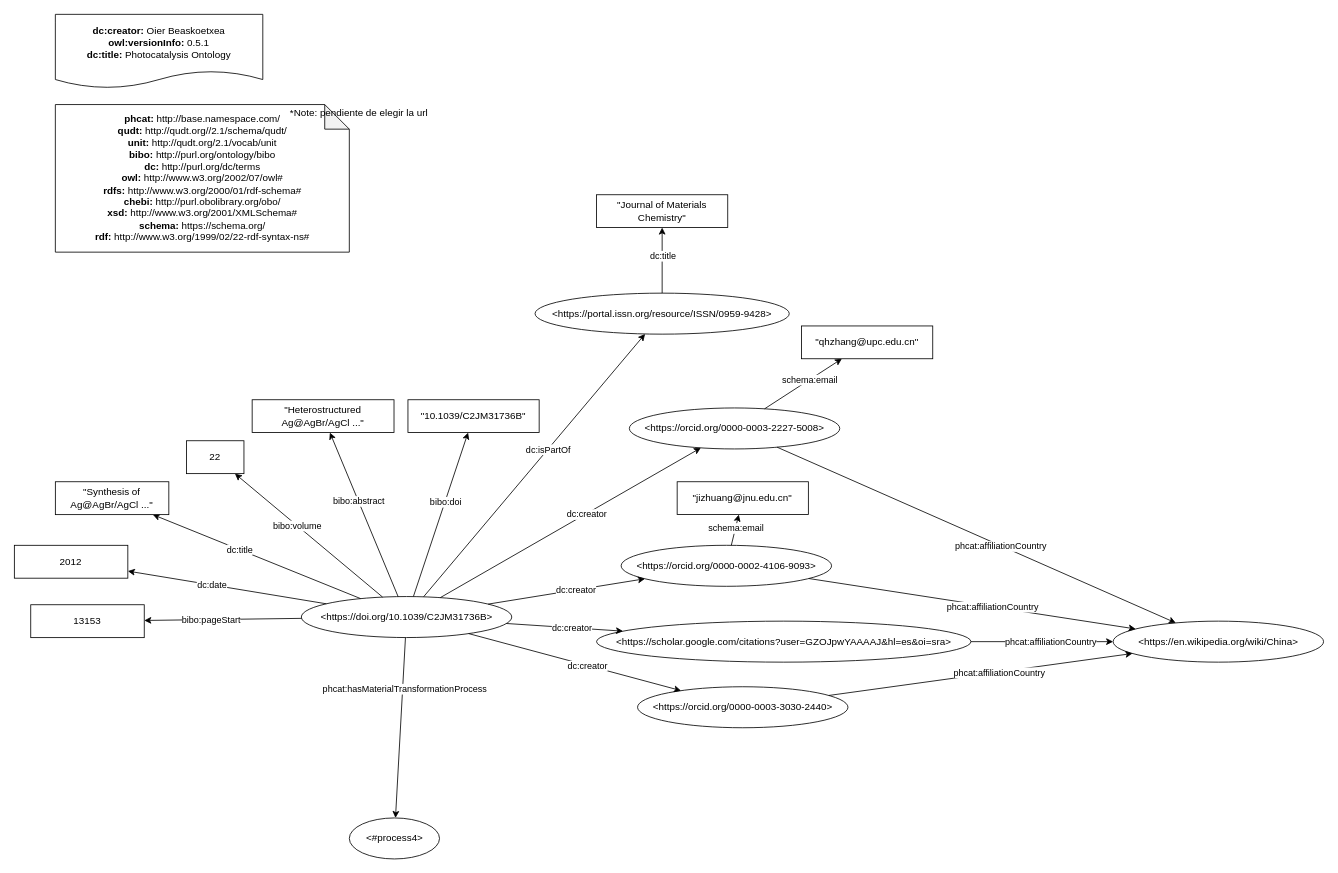
Above: page "Ejemplo-article" (1 of 7) of examples/photocatalysis-ontology-example.drawio in SolarChem/solarchem-ontology (draw.io), before the change. Source tidied: cells renumbered, new cells numbered last; positions are measured from the earlier drawing's top-left corner, leaving out a move shared by most shapes. Both pictures are drawn from the tidied source at 82%, with x=0, y=0 at pixel (14, 14).
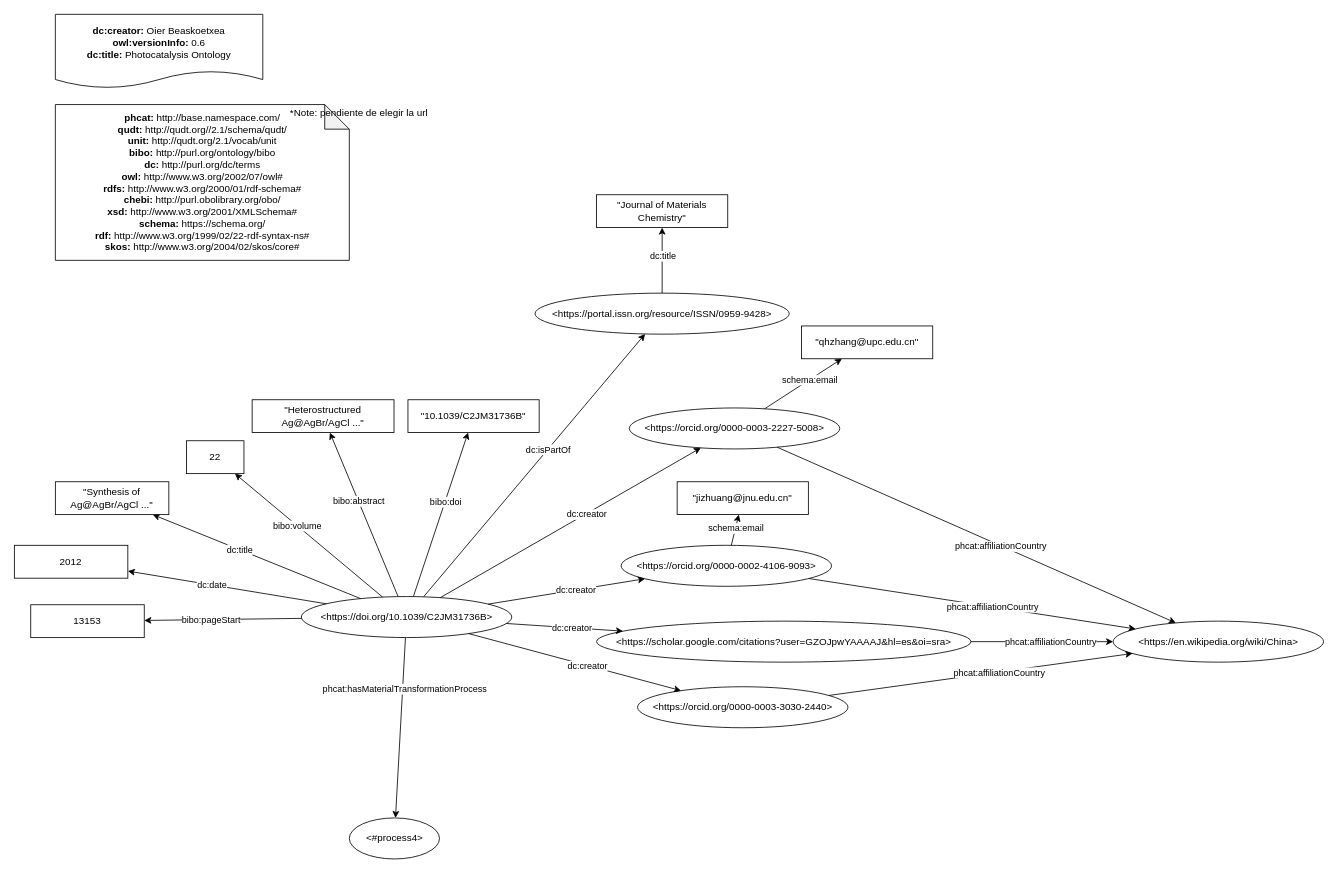
After the change.

Diff of the diagram source:
```diff
@@
-    <mxCell id="2" value="&lt;div&gt;&lt;b&gt;dc:creator:&lt;/b&gt;&amp;nbsp;Oier Beaskoetxea&lt;/div&gt;&lt;div&gt;&lt;b&gt;owl:versionInfo:&lt;/b&gt; 0.5.1&lt;/div&gt;&lt;div&gt;&lt;b&gt;dc:title:&lt;/b&gt;&amp;nbsp;Photocatalysis Ontology&lt;/div&gt;" style="shape=document;whiteSpace=wrap;html=1;boundedLbl=1;labelBackgroundColor=#ffffff;strokeColor=#000000;fontSize=12;fontColor=#000000;size=0.23333333333333334;" parent="1" vertex="1">
+    <mxCell id="2" value="&lt;div&gt;&lt;b&gt;dc:creator:&lt;/b&gt;&amp;nbsp;Oier Beaskoetxea&lt;/div&gt;&lt;div&gt;&lt;b&gt;owl:versionInfo:&lt;/b&gt; 0.6&lt;/div&gt;&lt;div&gt;&lt;b&gt;dc:title:&lt;/b&gt;&amp;nbsp;Photocatalysis Ontology&lt;/div&gt;" style="shape=document;whiteSpace=wrap;html=1;boundedLbl=1;labelBackgroundColor=#ffffff;strokeColor=#000000;fontSize=12;fontColor=#000000;size=0.23333333333333334;" parent="1" vertex="1">
       <mxGeometry x="50" width="253" height="90" as="geometry" />
     </mxCell>
-    <mxCell id="3" value="&lt;div&gt;&lt;b&gt;phcat:&lt;/b&gt;&amp;nbsp;http://base.namespace.com/&lt;/div&gt;&lt;b&gt;qudt:&lt;/b&gt;&amp;nbsp;http://qudt.org//2.1/schema/qudt/&lt;div&gt;&lt;b&gt;unit:&amp;nbsp;&lt;/b&gt;http://qudt.org/2.1/vocab/unit&lt;br&gt;&lt;/div&gt;&lt;div&gt;&lt;b&gt;bibo:&amp;nbsp;&lt;/b&gt;http://purl.org/ontology/bibo&lt;/div&gt;&lt;b&gt;dc:&amp;nbsp;&lt;/b&gt;http://purl.org/dc/terms&lt;br&gt;&lt;b&gt;owl:&amp;nbsp;&lt;/b&gt;http://www.w3.org/2002/07/owl#&lt;br&gt;&lt;b&gt;rdfs:&amp;nbsp;&lt;/b&gt;http://www.w3.org/2000/01/rdf-schema#&lt;br&gt;&lt;div&gt;&lt;b&gt;chebi:&amp;nbsp;&lt;/b&gt;http://purl.obolibrary.org/obo/&lt;/div&gt;&lt;div&gt;&lt;b&gt;xsd:&amp;nbsp;&lt;/b&gt;http://www.w3.org/2001/XMLSchema#&lt;br&gt;&lt;/div&gt;&lt;div&gt;&lt;b&gt;schema:&lt;/b&gt;&amp;nbsp;https://schema.org/&lt;br&gt;&lt;/div&gt;&lt;div&gt;&lt;b&gt;rdf:&amp;nbsp;&lt;/b&gt;http://www.w3.org/1999/02/22-rdf-syntax-ns#&lt;/div&gt;" style="shape=note;whiteSpace=wrap;html=1;backgroundOutline=1;darkOpacity=0.05;align=center;" parent="1" vertex="1">
-      <mxGeometry x="50" y="110" width="358.5" height="180" as="geometry" />
+    <mxCell id="3" value="&lt;div&gt;&lt;b&gt;phcat:&lt;/b&gt;&amp;nbsp;http://base.namespace.com/&lt;/div&gt;&lt;b&gt;qudt:&lt;/b&gt;&amp;nbsp;http://qudt.org//2.1/schema/qudt/&lt;div&gt;&lt;b&gt;unit:&amp;nbsp;&lt;/b&gt;http://qudt.org/2.1/vocab/unit&lt;br&gt;&lt;/div&gt;&lt;div&gt;&lt;b&gt;bibo:&amp;nbsp;&lt;/b&gt;http://purl.org/ontology/bibo&lt;/div&gt;&lt;b&gt;dc:&amp;nbsp;&lt;/b&gt;http://purl.org/dc/terms&lt;br&gt;&lt;b&gt;owl:&amp;nbsp;&lt;/b&gt;http://www.w3.org/2002/07/owl#&lt;br&gt;&lt;b&gt;rdfs:&amp;nbsp;&lt;/b&gt;http://www.w3.org/2000/01/rdf-schema#&lt;br&gt;&lt;div&gt;&lt;b&gt;chebi:&amp;nbsp;&lt;/b&gt;http://purl.obolibrary.org/obo/&lt;/div&gt;&lt;div&gt;&lt;b&gt;xsd:&amp;nbsp;&lt;/b&gt;http://www.w3.org/2001/XMLSchema#&lt;br&gt;&lt;/div&gt;&lt;div&gt;&lt;b&gt;schema:&lt;/b&gt;&amp;nbsp;https://schema.org/&lt;br&gt;&lt;/div&gt;&lt;div&gt;&lt;b&gt;rdf:&amp;nbsp;&lt;/b&gt;http://www.w3.org/1999/02/22-rdf-syntax-ns#&lt;/div&gt;&lt;div&gt;&lt;b&gt;skos:&lt;/b&gt;&amp;nbsp;http://www.w3.org/2004/02/skos/core#&lt;/div&gt;" style="shape=note;whiteSpace=wrap;html=1;backgroundOutline=1;darkOpacity=0.05;align=center;" parent="1" vertex="1">
+      <mxGeometry x="50" y="110" width="358.5" height="190" as="geometry" />
     </mxCell>
```
